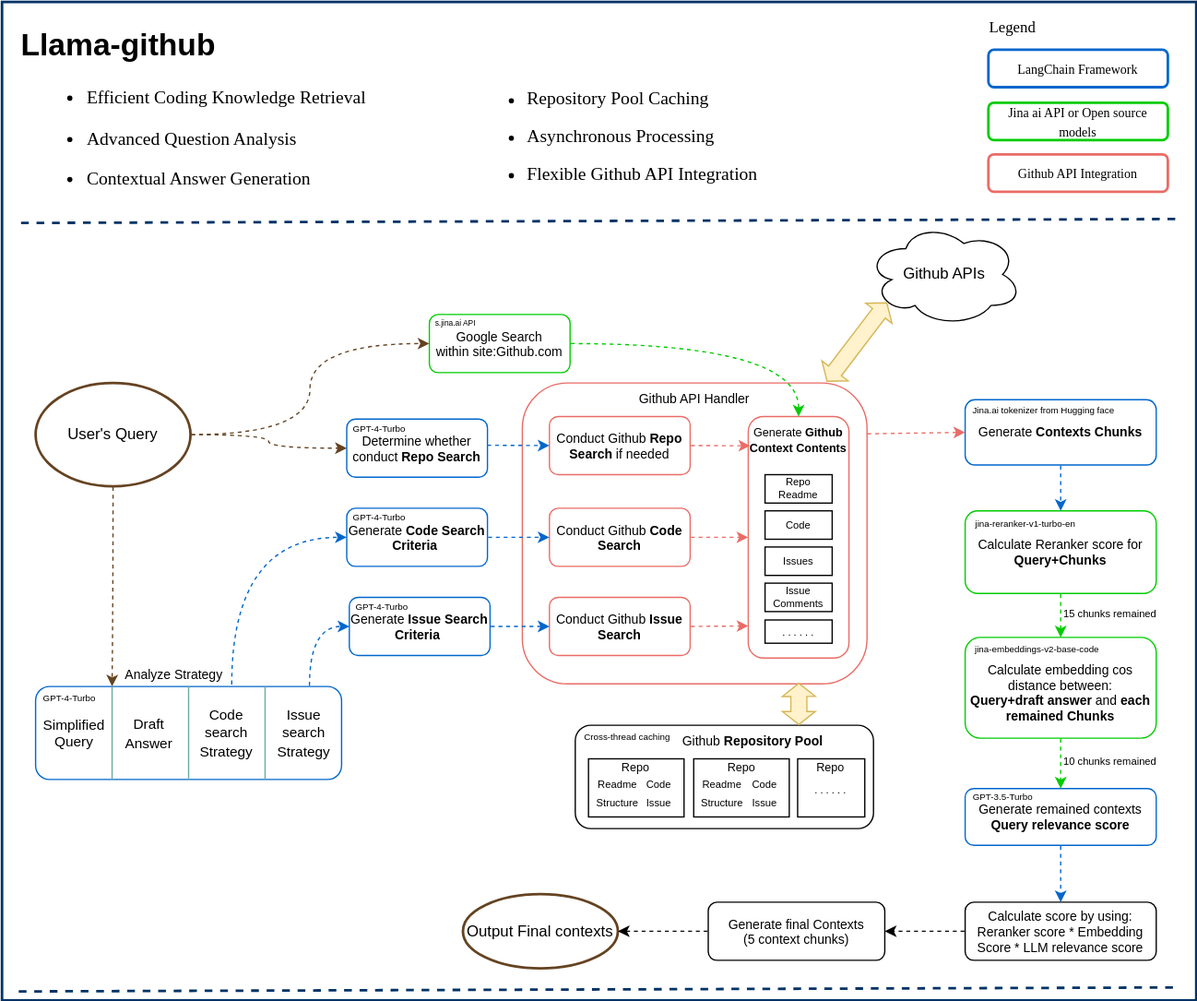
Above: docs/high_level_architecture.drawio.svg in JetXu-LLM/llama-github (draw.io), before the change. Source tidied: cells renumbered, new cells last; positions are measured from the earlier drawing's top-left corner, leaving out a move shared by most shapes.
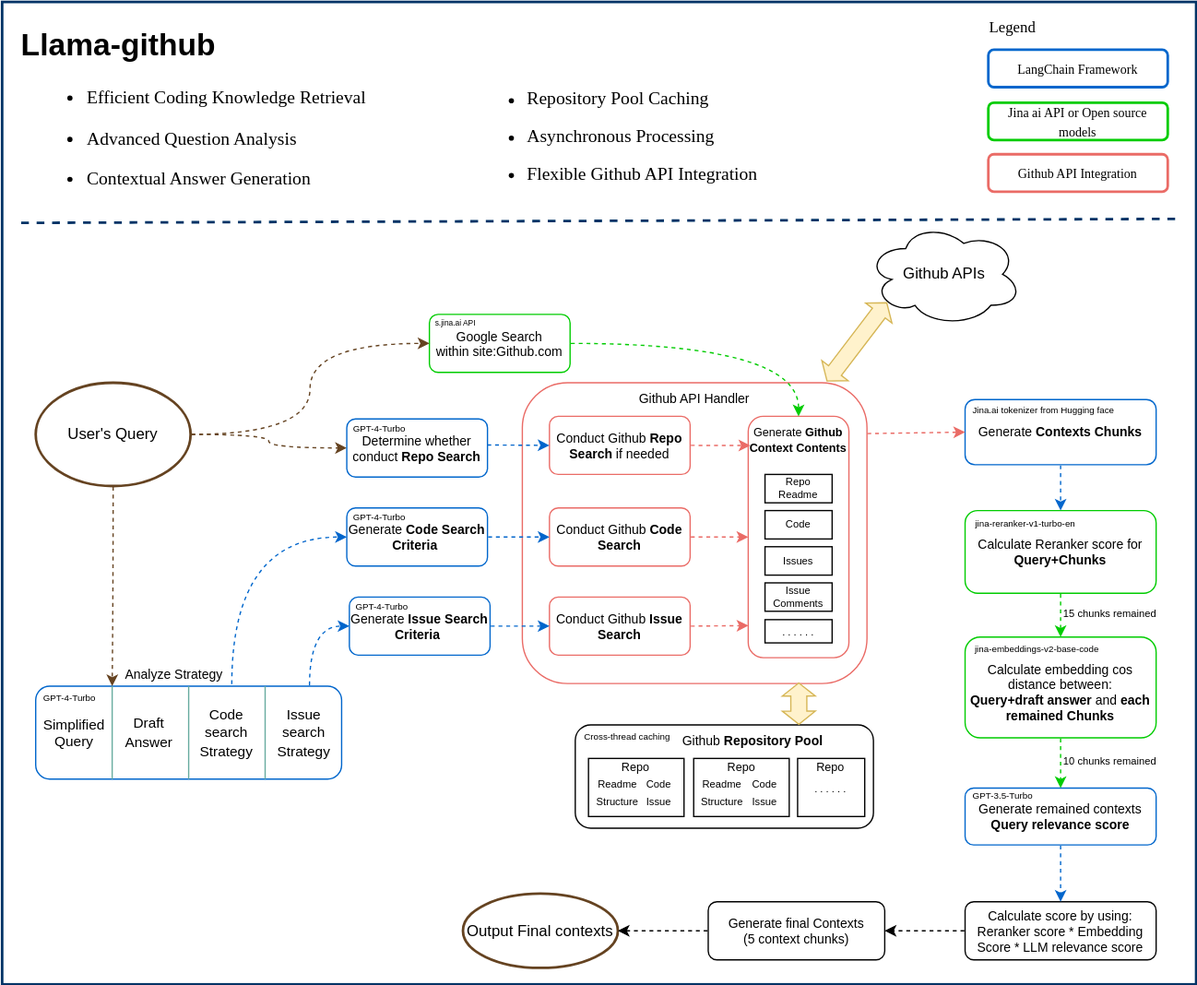
After the commit.

What changed in the source:
```diff
@@ -3,7 +3,7 @@
     <mxCell id="0" />
     <mxCell id="1" parent="0" />
     <mxCell id="2" style="rounded=0;whiteSpace=wrap;html=1;strokeWidth=2;strokeColor=#003366;" parent="1" vertex="1">
-      <mxGeometry width="925" height="773" as="geometry" />
+      <mxGeometry width="925" height="761" as="geometry" />
     </mxCell>
     <mxCell id="3" value="&lt;font style=&quot;font-size: 10px;&quot;&gt;Calculate Reranker score for &lt;b&gt;Query+Chunks&lt;/b&gt;&lt;/font&gt;" style="rounded=1;whiteSpace=wrap;html=1;verticalAlign=middle;labelPosition=center;verticalLabelPosition=middle;align=center;strokeColor=#00CC00;fontSize=10;" parent="1" vertex="1">
       <mxGeometry x="746" y="394" width="148" height="64" as="geometry" />
@@ -243,12 +243,6 @@
         <mxPoint x="913.8" y="168" as="targetPoint" />
       </mxGeometry>
     </mxCell>
-    <mxCell id="80" style="endArrow=none;html=1;rounded=0;entryX=0.989;entryY=0.176;entryDx=0;entryDy=0;entryPerimeter=0;exitX=0.017;exitY=0.18;exitDx=0;exitDy=0;exitPerimeter=0;strokeWidth=2;dashed=1;strokeColor=#003366;" parent="1" edge="1">
-      <mxGeometry relative="1" as="geometry">
-        <mxPoint x="13" y="766.1" as="sourcePoint" />
-        <mxPoint x="912.1" y="763" as="targetPoint" />
-      </mxGeometry>
-    </mxCell>
     <mxCell id="81" value="&lt;font face=&quot;Comic Sans MS&quot; style=&quot;font-size: 10px;&quot;&gt;LangChain Framework&lt;/font&gt;" style="rounded=1;whiteSpace=wrap;html=1;verticalAlign=middle;labelPosition=center;verticalLabelPosition=middle;align=center;strokeColor=#0066CC;strokeWidth=2;" parent="1" vertex="1">
       <mxGeometry x="764" y="37" width="139" height="29" as="geometry" />
     </mxCell>
```
